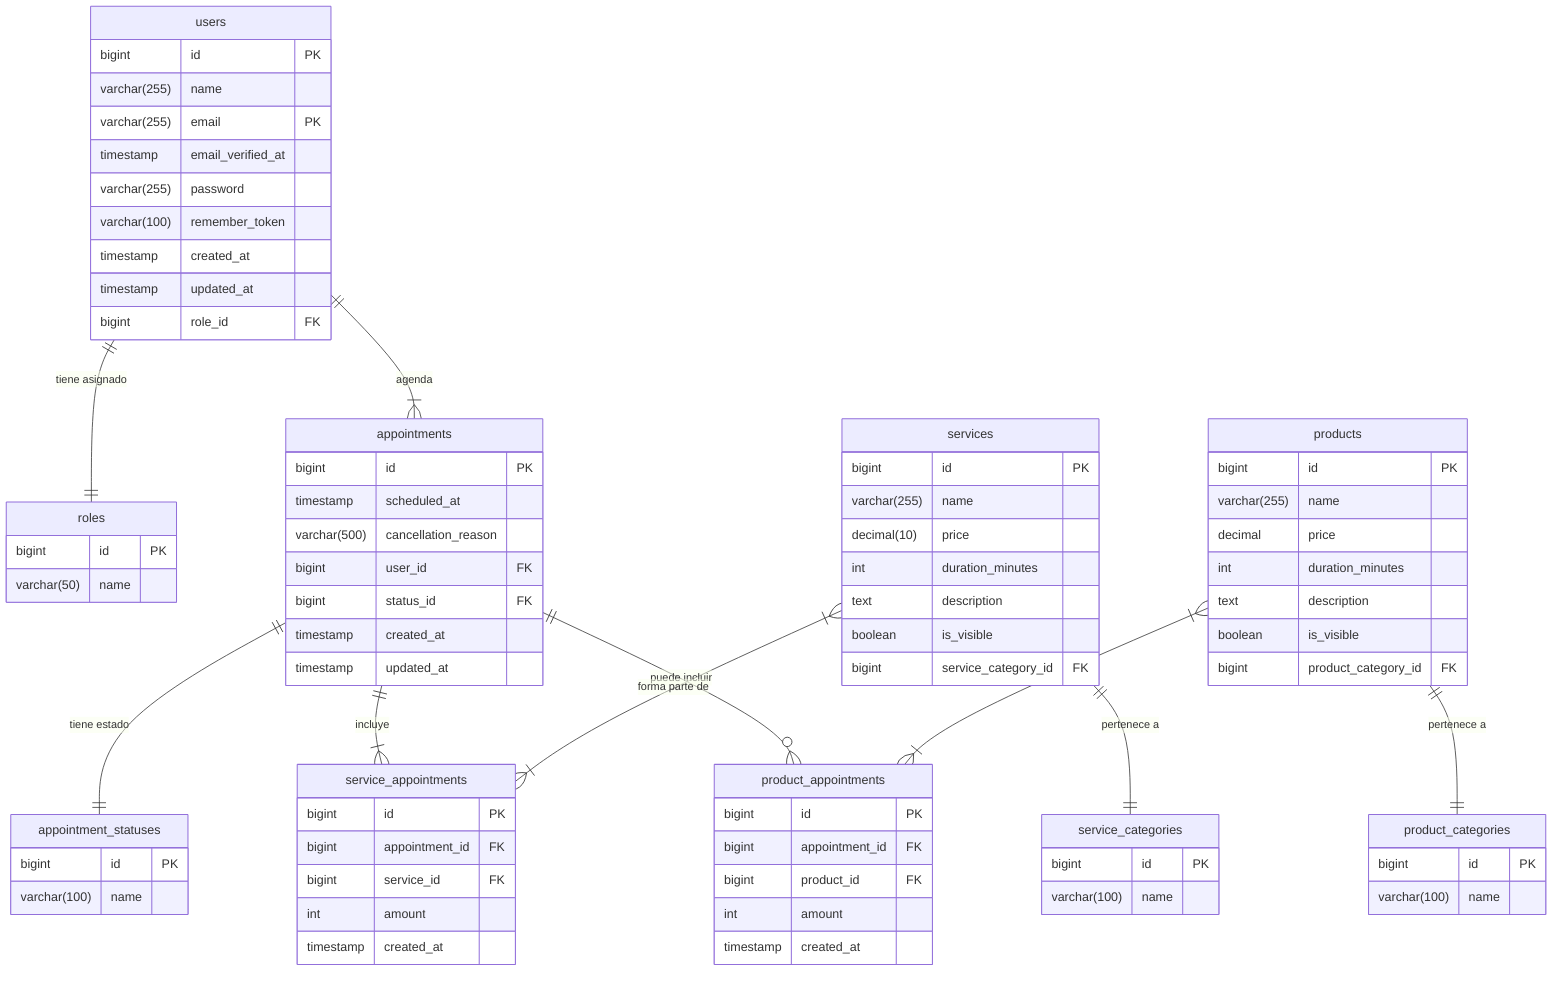
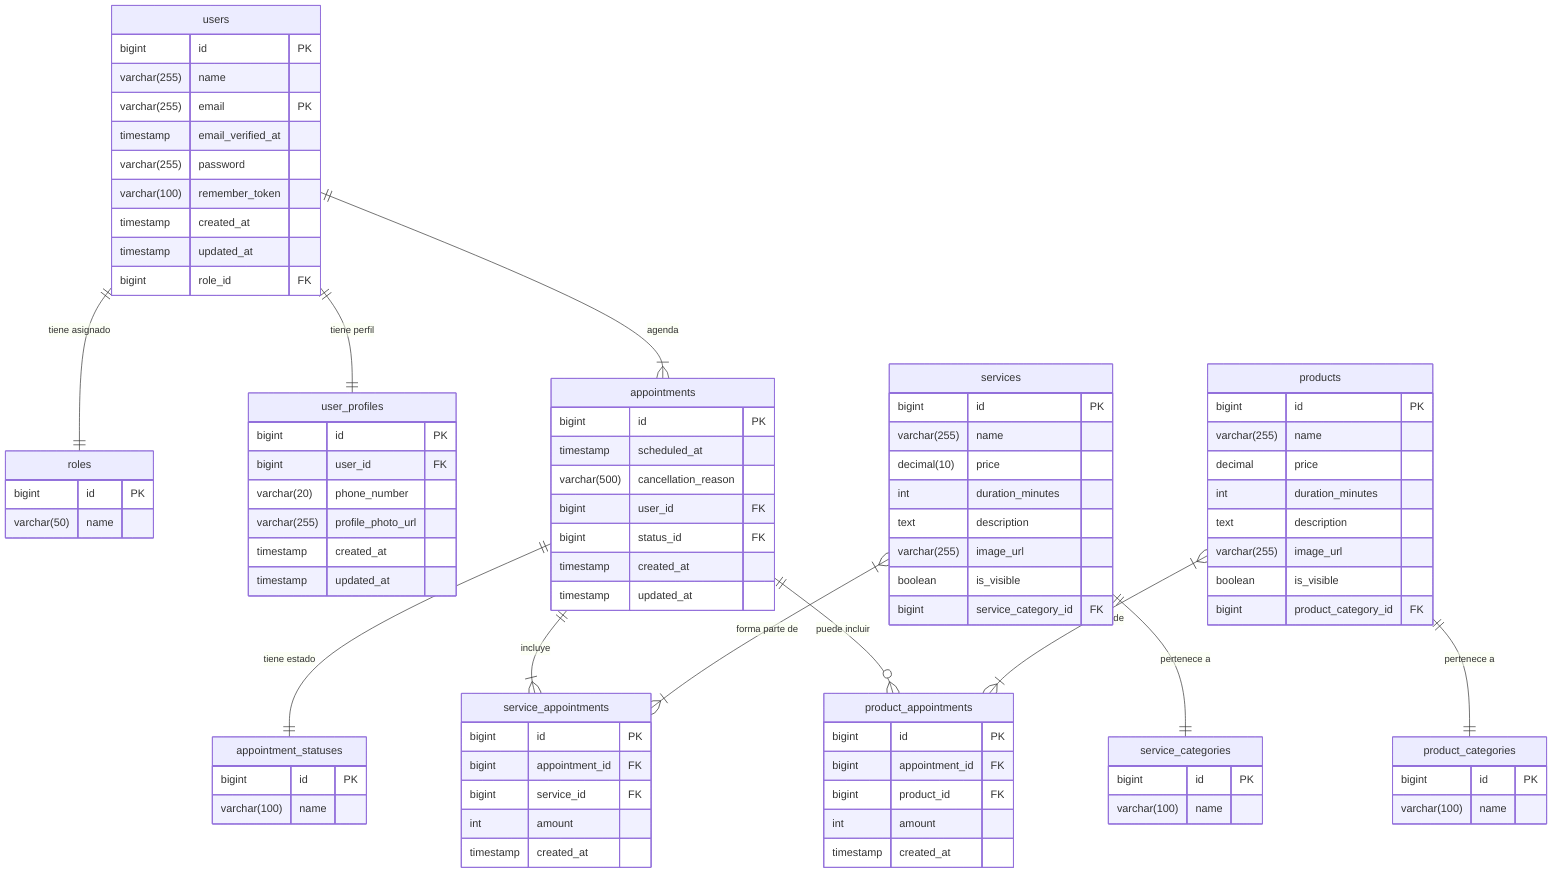
erDiagram

    users ||--|| roles : "tiene asignado"
+     users ||--|| user_profiles : "tiene perfil"
    services ||--|| service_categories: "pertenece a"
    products ||--|| product_categories: "pertenece a"
    appointments ||--|| appointment_statuses: "tiene estado"
    users ||--|{ appointments : "agenda"

    %% Tablas intermedias (Many-to-Many)
    appointments ||--|{ service_appointments : "incluye"
    appointments ||--o{ product_appointments : "puede incluir"
    services }|--|{ service_appointments : "forma parte de"
    products }|--|{ product_appointments : "forma parte de"

    users {
        bigint id PK
        varchar(255) name
        varchar(255) email PK
        timestamp email_verified_at
        varchar(255) password
        varchar(100) remember_token
        timestamp created_at
        timestamp updated_at
        bigint role_id FK
    }

+     user_profiles {
+         bigint id PK
+         bigint user_id FK
+         varchar(20) phone_number
+         varchar(255) profile_photo_url
+         timestamp created_at
+         timestamp updated_at
+     }
+ 
    roles {
        bigint id PK
        varchar(50) name
    }

    services {
        bigint id PK
        varchar(255) name
        decimal(10) price
        int duration_minutes
        text description
+         varchar(255) image_url
        boolean is_visible
        bigint service_category_id FK
    }

    service_categories {
        bigint id PK
        varchar(100) name
    }

    products {
        bigint id PK
        varchar(255) name
        decimal price
        int duration_minutes
        text description
+         varchar(255) image_url
        boolean is_visible
        bigint product_category_id FK
    }

    product_categories {
        bigint id PK
        varchar(100) name
    }

    appointments {
        bigint id PK
        timestamp scheduled_at
        varchar(500) cancellation_reason
        bigint user_id FK
        bigint status_id FK
        timestamp created_at
        timestamp updated_at
    }

    appointment_statuses {
        bigint id PK
        varchar(100) name
    }

    service_appointments {
        bigint id PK
        bigint appointment_id FK
        bigint service_id FK
        int amount
        timestamp created_at
    }

    product_appointments {
        bigint id PK
        bigint appointment_id FK
        bigint product_id FK
        int amount
        timestamp created_at
    }
